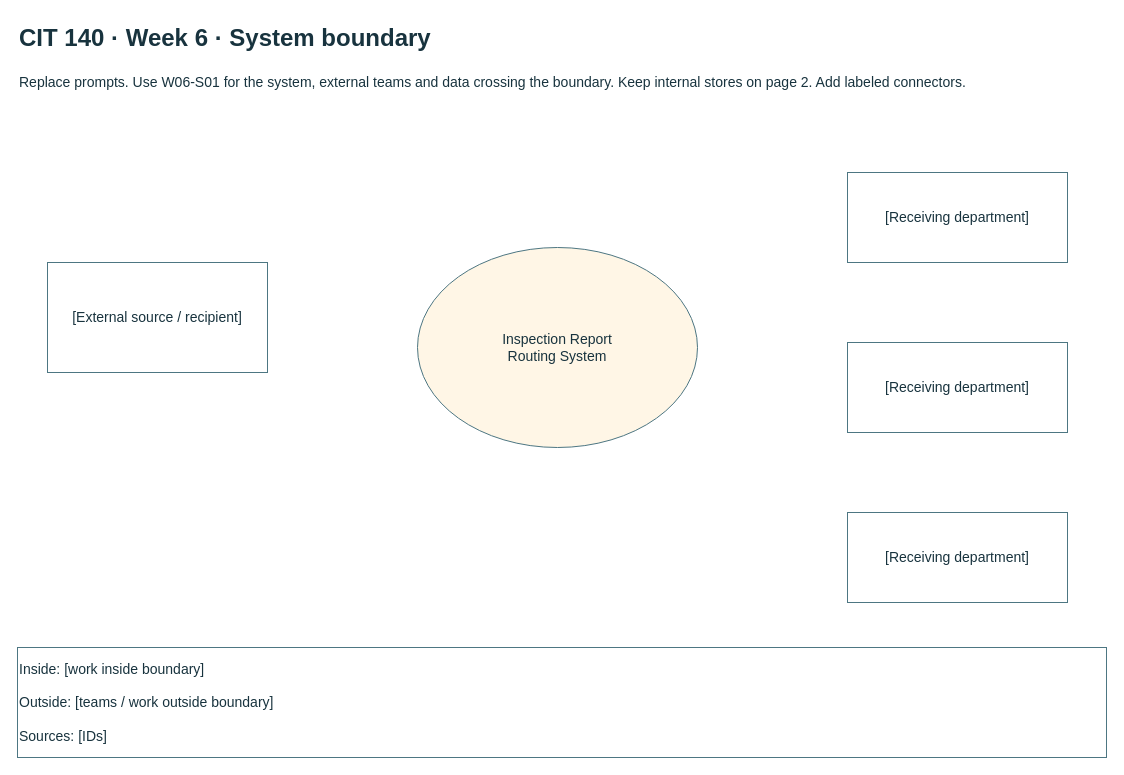
Earlier version of the draw.io diagram page "1 System boundary" (1 of 3) of Week06/Artifact/Temple_Craig_CIT140_Week06.drawio (Acetamin1102/CIT140-Portfolio). Source tidied: cells renumbered, new cells numbered last; positions are measured from the earlier drawing's top-left corner, leaving out a move shared by most shapes. Both pictures are drawn from the tidied source at 100%, with x=0, y=0 at pixel (17, 17).
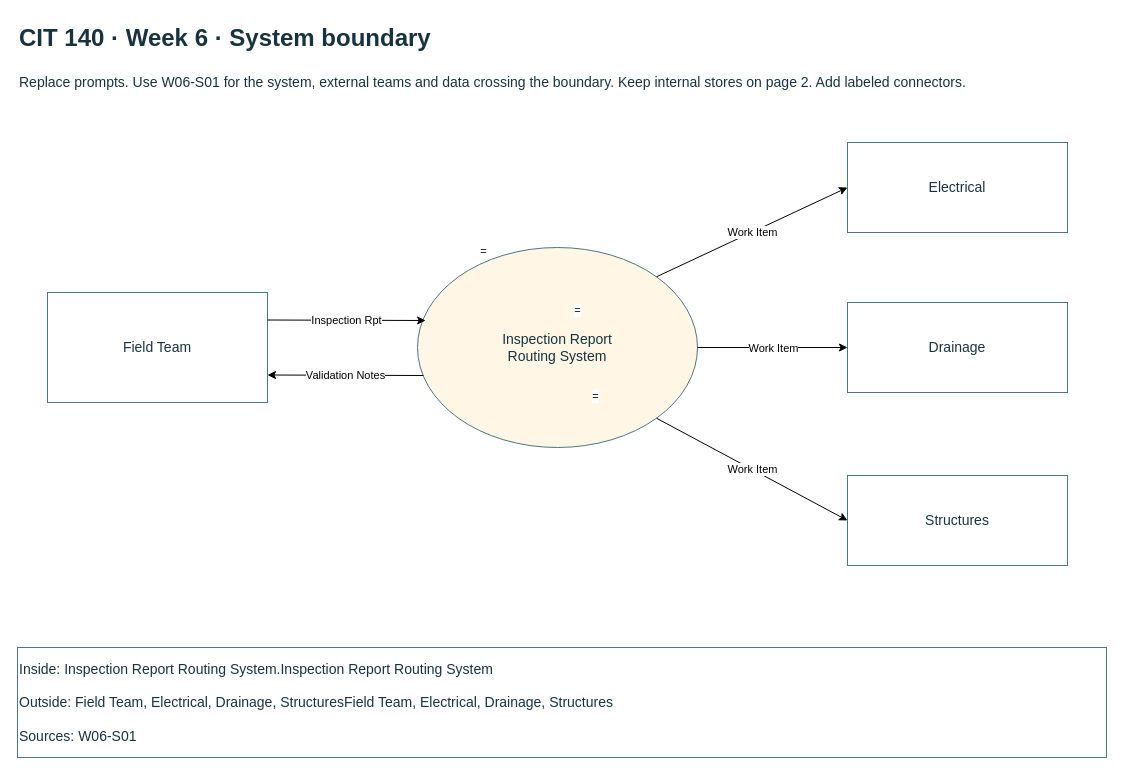
Above is the later version.

Change to the diagram source:
```diff
@@
-    <mxCell id="4" value="Inspection Report&lt;br&gt;Routing System" style="whiteSpace=wrap;html=1;fontFamily=Arial;fontSize=14;fontColor=#18333e;strokeColor=#4d7682;fillColor=#ffffff;ellipse;fillColor=#fff6e6;" parent="1" vertex="1">
+    <mxCell id="4" value="Inspection Report&lt;br&gt;Routing System" style="whiteSpace=wrap;html=1;fontFamily=Arial;fontSize=14;fontColor=#18333e;strokeColor=#4d7682;fillColor=light-dark(#63FFF9,#66B2FF);ellipse;fillColor=#fff6e6;" parent="1" vertex="1">
       <mxGeometry x="400" y="230" width="280" height="200" as="geometry" />
     </mxCell>
-    <mxCell id="5" value="[External source / recipient]" style="whiteSpace=wrap;html=1;fontFamily=Arial;fontSize=14;fontColor=#18333e;strokeColor=#4d7682;fillColor=#ffffff;" parent="1" vertex="1">
-      <mxGeometry x="30" y="245" width="220" height="110" as="geometry" />
+    <mxCell id="5" value="Field Team" style="whiteSpace=wrap;html=1;fontFamily=Arial;fontSize=14;fontColor=#18333e;strokeColor=#4d7682;fillColor=#ffffff;" parent="1" vertex="1">
+      <mxGeometry x="30" y="275" width="220" height="110" as="geometry" />
     </mxCell>
-    <mxCell id="6" value="[Receiving department]" style="whiteSpace=wrap;html=1;fontFamily=Arial;fontSize=14;fontColor=#18333e;strokeColor=#4d7682;fillColor=#ffffff;" parent="1" vertex="1">
-      <mxGeometry x="830" y="155" width="220" height="90" as="geometry" />
+    <mxCell id="6" value="Electrical" style="whiteSpace=wrap;html=1;fontFamily=Arial;fontSize=14;fontColor=#18333e;strokeColor=#4d7682;fillColor=#ffffff;" parent="1" vertex="1">
+      <mxGeometry x="830" y="125" width="220" height="90" as="geometry" />
     </mxCell>
-    <mxCell id="7" value="[Receiving department]" style="whiteSpace=wrap;html=1;fontFamily=Arial;fontSize=14;fontColor=#18333e;strokeColor=#4d7682;fillColor=#ffffff;" parent="1" vertex="1">
-      <mxGeometry x="830" y="325" width="220" height="90" as="geometry" />
+    <mxCell id="7" value="Drainage" style="whiteSpace=wrap;html=1;fontFamily=Arial;fontSize=14;fontColor=#18333e;strokeColor=#4d7682;fillColor=#ffffff;" parent="1" vertex="1">
+      <mxGeometry x="830" y="285" width="220" height="90" as="geometry" />
     </mxCell>
-    <mxCell id="8" value="[Receiving department]" style="whiteSpace=wrap;html=1;fontFamily=Arial;fontSize=14;fontColor=#18333e;strokeColor=#4d7682;fillColor=#ffffff;" parent="1" vertex="1">
-      <mxGeometry x="830" y="495" width="220" height="90" as="geometry" />
+    <mxCell id="8" value="Structures" style="whiteSpace=wrap;html=1;fontFamily=Arial;fontSize=14;fontColor=#18333e;strokeColor=#4d7682;fillColor=#ffffff;" parent="1" vertex="1">
+      <mxGeometry x="830" y="458" width="220" height="90" as="geometry" />
     </mxCell>
-    <mxCell id="9" value="Inside: [work inside boundary]&lt;br&gt;&lt;br&gt;Outside: [teams / work outside boundary]&lt;br&gt;&lt;br&gt;Sources: [IDs]" style="whiteSpace=wrap;html=1;fontFamily=Arial;fontSize=14;fontColor=#18333e;strokeColor=#4d7682;fillColor=#ffffff;align=left;" parent="1" vertex="1">
+    <mxCell id="9" value="Inside:&amp;nbsp;Inspection Report Routing System.Inspection Report Routing System&lt;br&gt;&lt;br&gt;Outside:&amp;nbsp;Field Team, Electrical, Drainage, StructuresField Team, Electrical, Drainage, Structures&lt;br&gt;&lt;br&gt;Sources:&amp;nbsp;W06-S01" style="whiteSpace=wrap;html=1;fontFamily=Arial;fontSize=14;fontColor=#18333e;strokeColor=#4d7682;fillColor=#ffffff;align=left;" parent="1" vertex="1">
       <mxGeometry y="630" width="1089" height="110" as="geometry" />
     </mxCell>
+    <mxCell id="10" value="=" style="endArrow=classic;html=1;rounded=0;defaultLabelBackgroundColor=page;exitX=1;exitY=0.5;exitDx=0;exitDy=0;entryX=0;entryY=0.5;entryDx=0;entryDy=0;" parent="1" edge="1" source="4" target="7">
+      <mxGeometry x="-1" y="126" relative="1" as="geometry">
+        <mxPoint x="-120" y="89" as="offset" />
+      </mxGeometry>
+    </mxCell>
+    <mxCell id="11" value="Work Item" style="edgeLabel;html=1;inheritText=1;align=center;verticalAlign=middle;defaultLabelBackgroundColor=page;" parent="10" vertex="1">
+      <mxGeometry relative="1" as="geometry" />
+    </mxCell>
+    <mxCell id="12" value="=" style="endArrow=classic;html=1;rounded=0;defaultLabelBackgroundColor=page;entryX=0;entryY=0.5;entryDx=0;entryDy=0;exitX=1;exitY=0;exitDx=0;exitDy=0;" parent="1" edge="1" source="4" target="6">
+      <mxGeometry x="-1" y="126" relative="1" as="geometry">
+        <mxPoint x="-120" y="89" as="offset" />
+      </mxGeometry>
+    </mxCell>
+    <mxCell id="13" value="Work Item" style="edgeLabel;html=1;inheritText=1;align=center;verticalAlign=middle;defaultLabelBackgroundColor=page;" parent="12" vertex="1">
+      <mxGeometry relative="1" as="geometry" />
+    </mxCell>
+    <mxCell id="14" value="=" style="endArrow=classic;html=1;rounded=0;defaultLabelBackgroundColor=page;exitX=1;exitY=1;exitDx=0;exitDy=0;entryX=0;entryY=0.5;entryDx=0;entryDy=0;" parent="1" edge="1" source="4" target="8">
+      <mxGeometry x="-1" y="126" relative="1" as="geometry">
+        <mxPoint x="-120" y="89" as="offset" />
+      </mxGeometry>
+    </mxCell>
+    <mxCell id="15" value="Work Item" style="edgeLabel;html=1;inheritText=1;align=center;verticalAlign=middle;defaultLabelBackgroundColor=page;" parent="14" vertex="1">
+      <mxGeometry relative="1" as="geometry" />
+    </mxCell>
+    <mxCell id="16" style="endArrow=classic;html=1;rounded=0;defaultLabelBackgroundColor=page;exitX=1;exitY=0.25;exitDx=0;exitDy=0;entryX=0.029;entryY=0.365;entryDx=0;entryDy=0;entryPerimeter=0;" parent="1" edge="1" source="5" target="4">
+      <mxGeometry relative="1" as="geometry" />
+    </mxCell>
+    <mxCell id="17" value="Inspection Rpt" style="edgeLabel;html=1;inheritText=1;align=center;verticalAlign=middle;defaultLabelBackgroundColor=page;" parent="16" vertex="1">
+      <mxGeometry relative="1" as="geometry" />
+    </mxCell>
+    <mxCell id="18" style="endArrow=classic;html=1;rounded=0;defaultLabelBackgroundColor=page;exitX=0.021;exitY=0.64;exitDx=0;exitDy=0;exitPerimeter=0;entryX=1;entryY=0.75;entryDx=0;entryDy=0;" parent="1" edge="1" source="4" target="5">
+      <mxGeometry relative="1" as="geometry" />
+    </mxCell>
+    <mxCell id="19" value="Validation Notes" style="edgeLabel;html=1;inheritText=1;align=center;verticalAlign=middle;defaultLabelBackgroundColor=page;" parent="18" vertex="1">
+      <mxGeometry relative="1" as="geometry" />
+    </mxCell>
```
